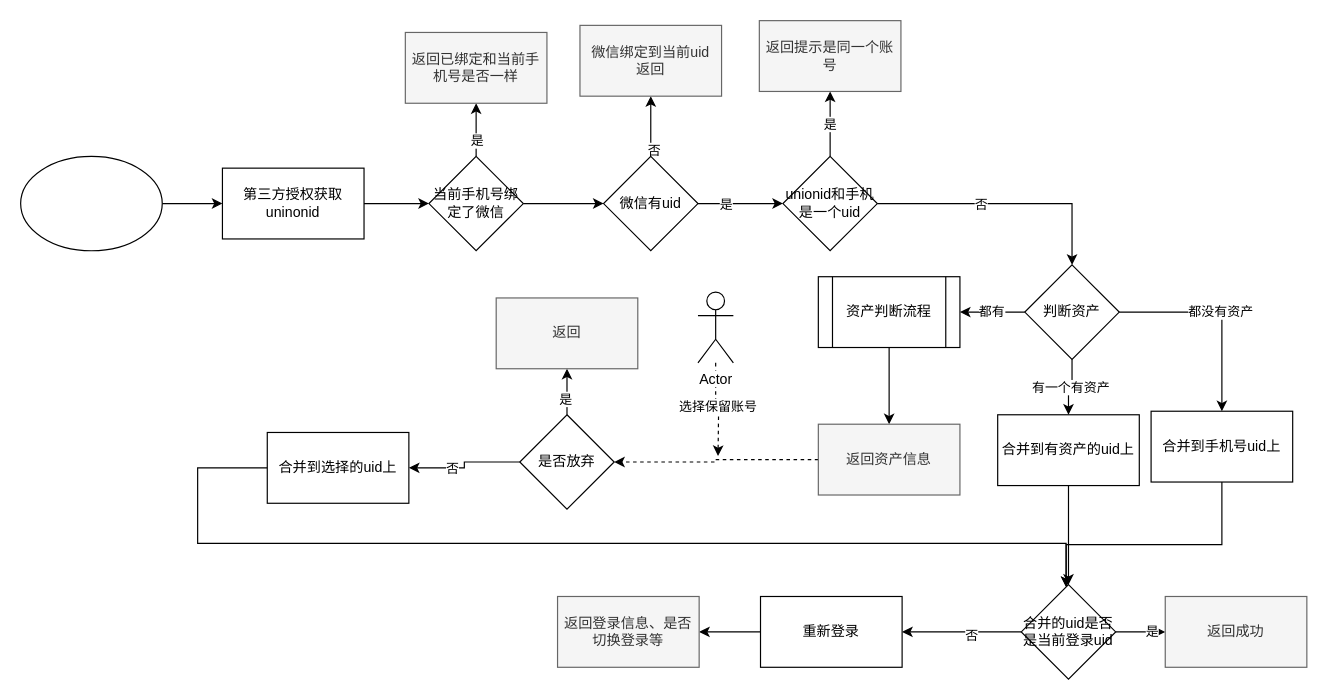
This is page "账号合并-手机号登录态绑定微信" (8 of 11) of test.drawio from joeytang/imgs, a draw.io file, before an edit. Source tidied: cells renumbered, new cells numbered last; positions are measured from the earlier drawing's top-left corner, leaving out a move shared by most shapes. Both pictures are drawn from the tidied source at 118%, with x=0, y=0 at pixel (20, 20).
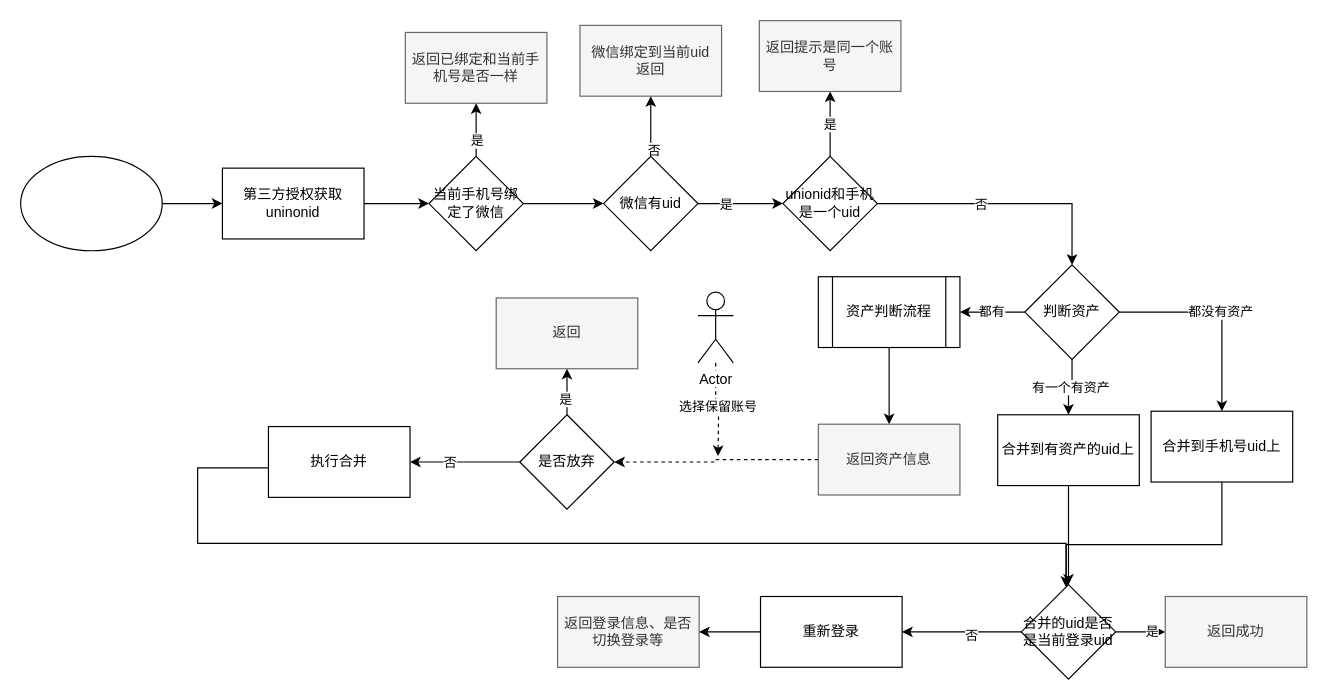
After the change.

Change to the diagram source:
```diff
@@
-    <mxCell id="43" value="合并到选择的uid上" style="rounded=0;whiteSpace=wrap;html=1;align=center;" parent="1" vertex="1">
-      <mxGeometry x="209" y="349" width="120" height="60" as="geometry" />
+    <mxCell id="43" value="执行合并" style="rounded=0;whiteSpace=wrap;html=1;align=center;" parent="1" vertex="1">
+      <mxGeometry x="210" y="344" width="120" height="60" as="geometry" />
     </mxCell>
```
